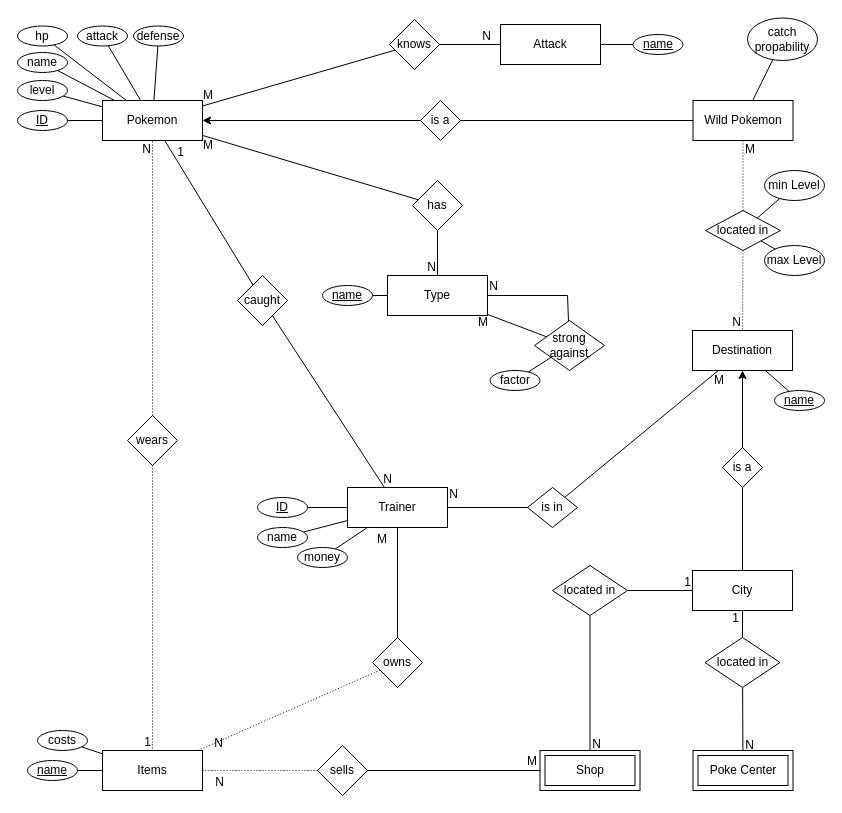
This is Pokemon Scuffed Gray.drawio from mypictur3esforu/Pokemon-Scuffed-Grey, a draw.io file, before an edit. Source tidied: cells renumbered, new cells numbered last; positions are measured from the earlier drawing's top-left corner, leaving out a move shared by most shapes. Both pictures are drawn from the tidied source at 100%, with x=0, y=0 at pixel (17, 17).
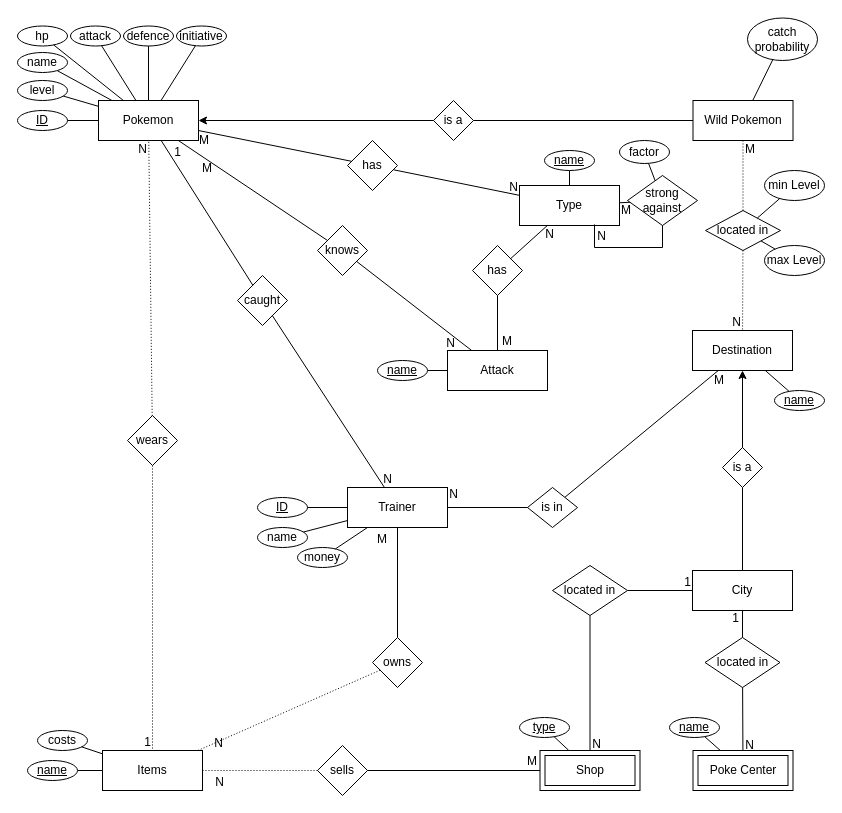
Above is the later version.

Unchanged cells that the change refers to:
```xml
<mxCell id="15" value="Poke Center" style="shape=ext;margin=3;double=1;whiteSpace=wrap;html=1;align=center;" parent="1" vertex="1">
  <mxGeometry x="675.5" y="733" width="100" height="40" as="geometry" />
</mxCell>
<mxCell id="17" value="Shop" style="shape=ext;margin=3;double=1;whiteSpace=wrap;html=1;align=center;" parent="1" vertex="1">
  <mxGeometry x="522.5" y="733" width="100" height="40" as="geometry" />
</mxCell>
<mxCell id="24" style="endArrow=none;html=1;rounded=0;" parent="1" edge="1" source="28" target="9">
  <mxGeometry relative="1" as="geometry" />
</mxCell>
<mxCell id="26" style="endArrow=none;html=1;rounded=0;" parent="1" edge="1" source="4" target="28">
  <mxGeometry relative="1" as="geometry" />
</mxCell>
<mxCell id="60" style="endArrow=none;html=1;rounded=0;elbow=vertical;" parent="1" edge="1" source="51" target="62">
  <mxGeometry relative="1" as="geometry" />
</mxCell>
```

The edit, as a diff of the source:
```diff
@@
     <mxCell id="3" value="is a" style="shape=rhombus;perimeter=rhombusPerimeter;whiteSpace=wrap;html=1;align=center;" parent="1" vertex="1">
-      <mxGeometry x="403" y="83" width="40" height="40" as="geometry" />
+      <mxGeometry x="416" y="83" width="40" height="40" as="geometry" />
     </mxCell>
     <mxCell id="4" value="Pokemon" style="whiteSpace=wrap;html=1;align=center;" parent="1" vertex="1">
-      <mxGeometry x="85" y="83" width="100" height="40" as="geometry" />
+      <mxGeometry x="81" y="83" width="100" height="40" as="geometry" />
     </mxCell>
@@
     <mxCell id="9" value="Attack" style="whiteSpace=wrap;html=1;align=center;" parent="1" vertex="1">
-      <mxGeometry x="483" y="7" width="100" height="40" as="geometry" />
+      <mxGeometry x="430" y="333" width="100" height="40" as="geometry" />
     </mxCell>
@@
     <mxCell id="25" value="N" style="html=1;whiteSpace=wrap;align=right;verticalAlign=bottom;" parent="24" vertex="1">
       <mxGeometry x="1" relative="1" as="geometry">
-        <mxPoint x="-8" as="offset" />
+        <mxPoint x="-16" y="1" as="offset" />
       </mxGeometry>
     </mxCell>
@@
     <mxCell id="27" value="M" style="html=1;whiteSpace=wrap;align=left;verticalAlign=bottom;" parent="26" vertex="1">
       <mxGeometry x="-1" relative="1" as="geometry">
-        <mxPoint x="-1" y="-2" as="offset" />
+        <mxPoint x="22" y="36" as="offset" />
       </mxGeometry>
     </mxCell>
     <mxCell id="28" value="knows" style="shape=rhombus;perimeter=rhombusPerimeter;whiteSpace=wrap;html=1;align=center;" parent="1" vertex="1">
-      <mxGeometry x="372" y="2" width="50" height="50" as="geometry" />
+      <mxGeometry x="300" y="208" width="50" height="50" as="geometry" />
     </mxCell>
@@
     <mxCell id="51" value="Type" style="whiteSpace=wrap;html=1;align=center;" parent="1" vertex="1">
-      <mxGeometry x="370" y="258" width="100" height="40" as="geometry" />
+      <mxGeometry x="502" y="168" width="100" height="40" as="geometry" />
     </mxCell>
@@
     <mxCell id="57" value="has" style="shape=rhombus;perimeter=rhombusPerimeter;whiteSpace=wrap;html=1;align=center;" parent="1" vertex="1">
-      <mxGeometry x="395" y="163" width="50" height="50" as="geometry" />
+      <mxGeometry x="330" y="123" width="50" height="50" as="geometry" />
     </mxCell>
-    <mxCell id="58" style="endArrow=none;html=1;rounded=0;elbow=vertical;" parent="1" edge="1" source="62" target="51">
+    <mxCell id="58" style="endArrow=none;html=1;rounded=0;elbow=vertical;entryX=0.75;entryY=1;entryDx=0;entryDy=0;" parent="1" edge="1">
       <mxGeometry relative="1" as="geometry">
+        <mxPoint x="645" y="207" as="sourcePoint" />
+        <mxPoint x="577" y="207" as="targetPoint" />
         <Array as="points">
-          <mxPoint x="550" y="278" />
+          <mxPoint x="645" y="230" />
+          <mxPoint x="577" y="230" />
         </Array>
       </mxGeometry>
     </mxCell>
     <mxCell id="59" value="N" style="html=1;whiteSpace=wrap;align=right;verticalAlign=bottom;" parent="58" vertex="1">
       <mxGeometry x="1" relative="1" as="geometry">
-        <mxPoint x="12" y="-1" as="offset" />
+        <mxPoint x="13" y="20" as="offset" />
       </mxGeometry>
     </mxCell>
@@
     <mxCell id="61" value="M" style="html=1;whiteSpace=wrap;align=left;verticalAlign=bottom;" parent="60" vertex="1">
       <mxGeometry x="-1" relative="1" as="geometry">
-        <mxPoint x="-11" y="16" as="offset" />
+        <mxPoint y="16" as="offset" />
       </mxGeometry>
     </mxCell>
     <mxCell id="62" value="strong against" style="shape=rhombus;perimeter=rhombusPerimeter;whiteSpace=wrap;html=1;align=center;" parent="1" vertex="1">
-      <mxGeometry x="517" y="303" width="70" height="50" as="geometry" />
+      <mxGeometry x="610" y="158" width="70" height="50" as="geometry" />
     </mxCell>
@@
     <mxCell id="74" value="factor" style="ellipse;whiteSpace=wrap;html=1;align=center;" parent="1" vertex="1">
-      <mxGeometry x="472.5" y="353" width="50" height="20" as="geometry" />
+      <mxGeometry x="602" y="123" width="50" height="23" as="geometry" />
     </mxCell>
@@
     <mxCell id="78" value="attack" style="ellipse;whiteSpace=wrap;html=1;align=center;" parent="1" vertex="1">
-      <mxGeometry x="60" y="8.5" width="50" height="20" as="geometry" />
+      <mxGeometry x="53" y="8.5" width="50" height="20" as="geometry" />
     </mxCell>
@@
-    <mxCell id="80" value="defense" style="ellipse;whiteSpace=wrap;html=1;align=center;" parent="1" vertex="1">
-      <mxGeometry x="116" y="8.5" width="50" height="20" as="geometry" />
+    <mxCell id="80" value="defence" style="ellipse;whiteSpace=wrap;html=1;align=center;" parent="1" vertex="1">
+      <mxGeometry x="106" y="8.5" width="50" height="20" as="geometry" />
     </mxCell>
@@
-    <mxCell id="82" value="catch&lt;div&gt;propability&lt;/div&gt;" style="ellipse;whiteSpace=wrap;html=1;align=center;" parent="1" vertex="1">
+    <mxCell id="82" value="catch&lt;div&gt;probability&lt;/div&gt;" style="ellipse;whiteSpace=wrap;html=1;align=center;" parent="1" vertex="1">
       <mxGeometry x="730" y="0.5" width="70" height="42.5" as="geometry" />
     </mxCell>
@@
     <mxCell id="100" value="name" style="ellipse;whiteSpace=wrap;html=1;align=center;fontStyle=4;" parent="1" vertex="1">
-      <mxGeometry x="615.5" y="17" width="50" height="20" as="geometry" />
+      <mxGeometry x="360" y="343" width="50" height="20" as="geometry" />
     </mxCell>
@@
     <mxCell id="104" value="name" style="ellipse;whiteSpace=wrap;html=1;align=center;fontStyle=4;" parent="1" vertex="1">
-      <mxGeometry x="305" y="268" width="50" height="20" as="geometry" />
+      <mxGeometry x="527" y="133" width="50" height="20" as="geometry" />
     </mxCell>
@@
+    <mxCell id="110" value="initiative" style="ellipse;whiteSpace=wrap;html=1;align=center;" parent="1" vertex="1">
+      <mxGeometry x="159" y="8.5" width="50" height="20" as="geometry" />
+    </mxCell>
+    <mxCell id="111" style="endArrow=none;html=1;rounded=0;elbow=vertical;" parent="1" edge="1" source="110" target="4">
+      <mxGeometry relative="1" as="geometry" />
+    </mxCell>
+    <mxCell id="112" value="has" style="shape=rhombus;perimeter=rhombusPerimeter;whiteSpace=wrap;html=1;align=center;" parent="1" vertex="1">
+      <mxGeometry x="455" y="228" width="50" height="50" as="geometry" />
+    </mxCell>
+    <mxCell id="113" style="endArrow=none;html=1;rounded=0;elbow=vertical;" parent="1" edge="1" source="112" target="51">
+      <mxGeometry relative="1" as="geometry" />
+    </mxCell>
+    <mxCell id="114" value="N" style="html=1;whiteSpace=wrap;align=right;verticalAlign=bottom;" parent="113" vertex="1">
+      <mxGeometry x="1" relative="1" as="geometry">
+        <mxPoint x="8" y="17" as="offset" />
+      </mxGeometry>
+    </mxCell>
+    <mxCell id="115" style="endArrow=none;html=1;rounded=0;elbow=vertical;" parent="1" edge="1" source="9" target="112">
+      <mxGeometry relative="1" as="geometry" />
+    </mxCell>
+    <mxCell id="116" value="M" style="html=1;whiteSpace=wrap;align=left;verticalAlign=bottom;" parent="115" vertex="1">
+      <mxGeometry x="-1" relative="1" as="geometry">
+        <mxPoint x="3" y="-1" as="offset" />
+      </mxGeometry>
+    </mxCell>
+    <mxCell id="117" value="type" style="ellipse;whiteSpace=wrap;html=1;align=center;fontStyle=4;" parent="1" vertex="1">
+      <mxGeometry x="502" y="700" width="50" height="20" as="geometry" />
+    </mxCell>
+    <mxCell id="118" style="endArrow=none;html=1;rounded=0;" parent="1" edge="1" source="117" target="17">
+      <mxGeometry relative="1" as="geometry" />
+    </mxCell>
+    <mxCell id="119" style="endArrow=none;html=1;rounded=0;elbow=vertical;" parent="1" edge="1" source="15" target="120">
+      <mxGeometry relative="1" as="geometry" />
+    </mxCell>
+    <mxCell id="120" value="name" style="ellipse;whiteSpace=wrap;html=1;align=center;fontStyle=4;" parent="1" vertex="1">
+      <mxGeometry x="652" y="700" width="50" height="20" as="geometry" />
+    </mxCell>
```
